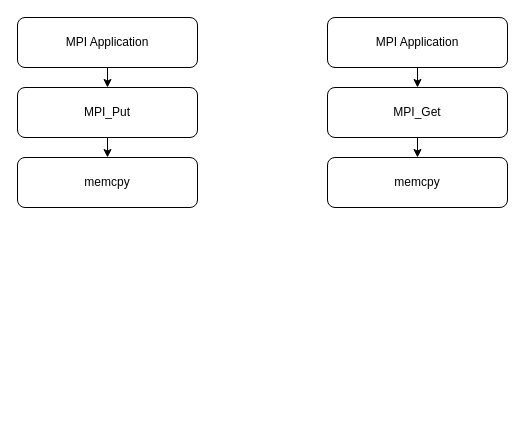
Troyself/img-design-draw-io keeps this draw.io diagram as ompi/self-put/get-flow.drawio. Above is the earlier version. Source tidied: cells renumbered, new cells numbered last; positions are measured from the earlier drawing's top-left corner, leaving out a move shared by most shapes. Both pictures are drawn from the tidied source at 100%, with x=0, y=0 at pixel (17, 17).
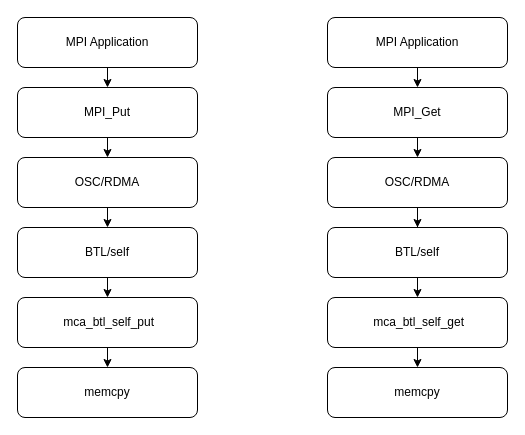
The same page after the edit.

The edit, as a diff of the source:
```diff
@@
+    <mxCell id="14" style="edgeStyle=orthogonalEdgeStyle;rounded=0;jettySize=auto;html=1;exitX=0.5;exitY=1;exitDx=0;exitDy=0;entryX=0.5;entryY=0;entryDx=0;entryDy=0;" parent="1" edge="1" source="6" target="17">
+      <mxGeometry relative="1" as="geometry" />
+    </mxCell>
-    <mxCell id="6" value="memcpy" style="rounded=1;whiteSpace=wrap;html=1;fillColor=none;" parent="1" vertex="1">
+    <mxCell id="6" value="OSC/RDMA" style="rounded=1;whiteSpace=wrap;html=1;fillColor=none;" parent="1" vertex="1">
       <mxGeometry y="140" width="180" height="50" as="geometry" />
     </mxCell>
@@
+    <mxCell id="15" style="edgeStyle=orthogonalEdgeStyle;rounded=0;jettySize=auto;html=1;exitX=0.5;exitY=1;exitDx=0;exitDy=0;" parent="1" edge="1" source="13" target="21">
+      <mxGeometry relative="1" as="geometry" />
+    </mxCell>
-    <mxCell id="13" value="memcpy" style="rounded=1;whiteSpace=wrap;html=1;fillColor=none;" parent="1" vertex="1">
+    <mxCell id="13" value="OSC/RDMA" style="rounded=1;whiteSpace=wrap;html=1;fillColor=none;" parent="1" vertex="1">
       <mxGeometry x="310" y="140" width="180" height="50" as="geometry" />
     </mxCell>
+    <mxCell id="16" style="edgeStyle=orthogonalEdgeStyle;rounded=0;jettySize=auto;html=1;exitX=0.5;exitY=1;exitDx=0;exitDy=0;entryX=0.5;entryY=0;entryDx=0;entryDy=0;" parent="1" edge="1" source="17" target="19">
+      <mxGeometry relative="1" as="geometry" />
+    </mxCell>
+    <mxCell id="17" value="BTL/self" style="rounded=1;whiteSpace=wrap;html=1;fillColor=none;" parent="1" vertex="1">
+      <mxGeometry y="210" width="180" height="50" as="geometry" />
+    </mxCell>
+    <mxCell id="18" style="edgeStyle=orthogonalEdgeStyle;rounded=0;jettySize=auto;html=1;exitX=0.5;exitY=1;exitDx=0;exitDy=0;entryX=0.5;entryY=0;entryDx=0;entryDy=0;" parent="1" edge="1" source="19" target="24">
+      <mxGeometry relative="1" as="geometry" />
+    </mxCell>
+    <mxCell id="19" value="&amp;nbsp;mca_btl_self_put" style="rounded=1;whiteSpace=wrap;html=1;fillColor=none;" parent="1" vertex="1">
+      <mxGeometry y="280" width="180" height="50" as="geometry" />
+    </mxCell>
+    <mxCell id="20" style="edgeStyle=orthogonalEdgeStyle;rounded=0;jettySize=auto;html=1;exitX=0.5;exitY=1;exitDx=0;exitDy=0;entryX=0.5;entryY=0;entryDx=0;entryDy=0;" parent="1" edge="1" source="21" target="23">
+      <mxGeometry relative="1" as="geometry" />
+    </mxCell>
+    <mxCell id="21" value="BTL/self" style="rounded=1;whiteSpace=wrap;html=1;fillColor=none;" parent="1" vertex="1">
+      <mxGeometry x="310" y="210" width="180" height="50" as="geometry" />
+    </mxCell>
+    <mxCell id="22" style="edgeStyle=orthogonalEdgeStyle;rounded=0;jettySize=auto;html=1;exitX=0.5;exitY=1;exitDx=0;exitDy=0;entryX=0.5;entryY=0;entryDx=0;entryDy=0;" parent="1" edge="1" source="23" target="25">
+      <mxGeometry relative="1" as="geometry" />
+    </mxCell>
+    <mxCell id="23" value="&amp;nbsp;mca_btl_self_get" style="rounded=1;whiteSpace=wrap;html=1;fillColor=none;" parent="1" vertex="1">
+      <mxGeometry x="310" y="280" width="180" height="50" as="geometry" />
+    </mxCell>
+    <mxCell id="24" value="memcpy" style="rounded=1;whiteSpace=wrap;html=1;fillColor=none;" parent="1" vertex="1">
+      <mxGeometry y="350" width="180" height="50" as="geometry" />
+    </mxCell>
+    <mxCell id="25" value="memcpy" style="rounded=1;whiteSpace=wrap;html=1;fillColor=none;" parent="1" vertex="1">
+      <mxGeometry x="310" y="350" width="180" height="50" as="geometry" />
+    </mxCell>
```
